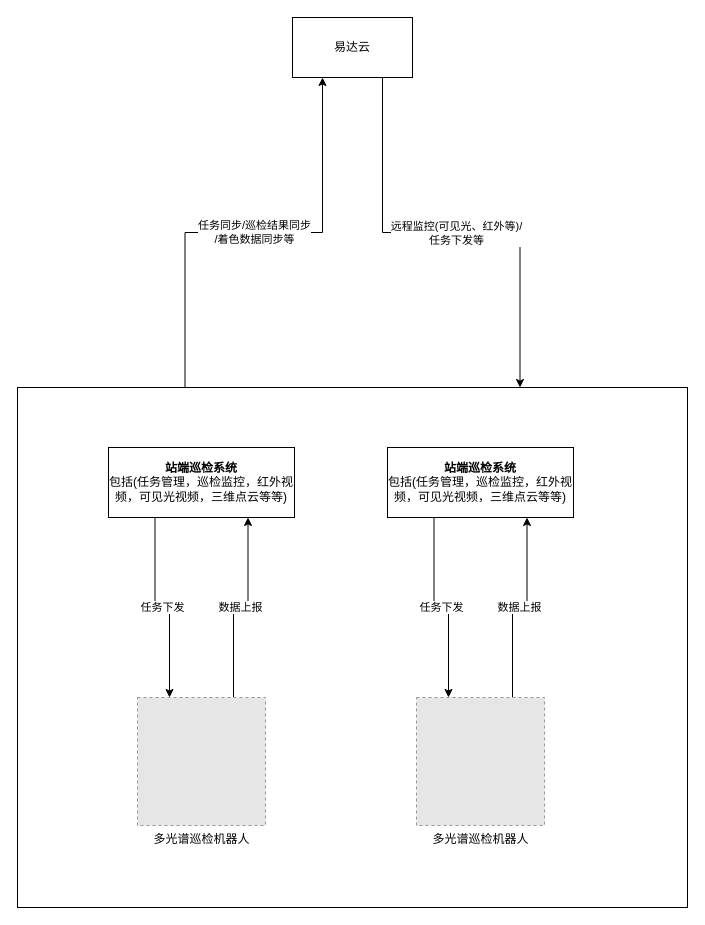
This is 西藏系统架构图.drawio from wangyufei0807/draw, a draw.io file, before an edit. Source tidied: cells renumbered, new cells numbered last; positions are measured from the earlier drawing's top-left corner, leaving out a move shared by most shapes. Both pictures are drawn from the tidied source at 100%, with x=0, y=0 at pixel (17, 17). Pictures stored in the file or linked from it are replaced by grey dashed boxes.
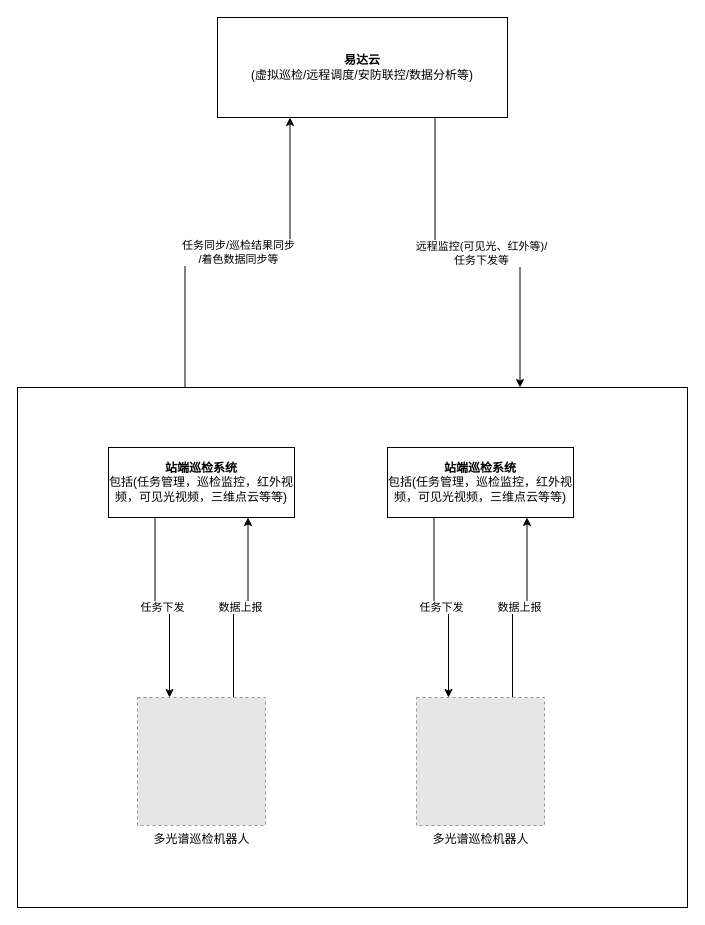
Above is the later version.

Commit message (it also covers changes not shown here):
更新西藏系统架构图.drawio

The edit, as a diff of the source:
```diff
@@
 <mxGraphModel>
   <root>
     <mxCell id="0" />
     <mxCell id="1" parent="0" />
     <mxCell id="2" value="任务同步/巡检结果同步&lt;br&gt;/着色数据同步等" style="edgeStyle=orthogonalEdgeStyle;rounded=0;jettySize=auto;html=1;exitX=0.25;exitY=0;exitDx=0;exitDy=0;entryX=0.25;entryY=1;entryDx=0;entryDy=0;" parent="1" edge="1" source="3" target="14">
       <mxGeometry relative="1" as="geometry" />
     </mxCell>
     <mxCell id="3" style="rounded=0;whiteSpace=wrap;html=1;" parent="1" vertex="1">
       <mxGeometry y="370" width="670" height="520" as="geometry" />
     </mxCell>
     <mxCell id="4" value="数据上报" style="edgeStyle=orthogonalEdgeStyle;rounded=0;jettySize=auto;html=1;exitX=0.75;exitY=0;exitDx=0;exitDy=0;entryX=0.75;entryY=1;entryDx=0;entryDy=0;" parent="1" edge="1" source="5" target="7">
       <mxGeometry relative="1" as="geometry" />
     </mxCell>
     <mxCell id="5" value="多光谱巡检机器人" style="fillColor=#E6E6E6;strokeColor=#999999;dashed=1;html=1;verticalAlign=top;verticalLabelPosition=bottom;labelBackgroundColor=#ffffff;" parent="1" vertex="1">
       <mxGeometry x="120" y="680" width="128" height="128" as="geometry" />
     </mxCell>
     <mxCell id="6" value="任务下发" style="edgeStyle=orthogonalEdgeStyle;rounded=0;jettySize=auto;html=1;exitX=0.25;exitY=1;exitDx=0;exitDy=0;entryX=0.25;entryY=0;entryDx=0;entryDy=0;" parent="1" edge="1" source="7" target="5">
       <mxGeometry relative="1" as="geometry" />
     </mxCell>
     <mxCell id="7" value="&lt;b&gt;站端巡检系统&lt;/b&gt;&lt;br&gt;包括(任务管理，巡检监控，红外视频，可见光视频，三维点云等等)" style="rounded=0;whiteSpace=wrap;html=1;" parent="1" vertex="1">
       <mxGeometry x="91" y="430" width="186" height="70" as="geometry" />
     </mxCell>
     <mxCell id="8" value="数据上报" style="edgeStyle=orthogonalEdgeStyle;rounded=0;jettySize=auto;html=1;exitX=0.75;exitY=0;exitDx=0;exitDy=0;entryX=0.75;entryY=1;entryDx=0;entryDy=0;" parent="1" edge="1" source="9" target="11">
       <mxGeometry relative="1" as="geometry" />
     </mxCell>
     <mxCell id="9" value="多光谱巡检机器人" style="fillColor=#E6E6E6;strokeColor=#999999;dashed=1;html=1;verticalAlign=top;verticalLabelPosition=bottom;labelBackgroundColor=#ffffff;" parent="1" vertex="1">
       <mxGeometry x="399" y="680" width="128" height="128" as="geometry" />
     </mxCell>
     <mxCell id="10" value="任务下发" style="edgeStyle=orthogonalEdgeStyle;rounded=0;jettySize=auto;html=1;exitX=0.25;exitY=1;exitDx=0;exitDy=0;entryX=0.25;entryY=0;entryDx=0;entryDy=0;" parent="1" edge="1" source="11" target="9">
       <mxGeometry relative="1" as="geometry" />
     </mxCell>
     <mxCell id="11" value="&lt;b&gt;站端巡检系统&lt;/b&gt;&lt;br&gt;包括(任务管理，巡检监控，红外视频，可见光视频，三维点云等等)" style="rounded=0;whiteSpace=wrap;html=1;" parent="1" vertex="1">
       <mxGeometry x="370" y="430" width="186" height="70" as="geometry" />
     </mxCell>
     <mxCell id="12" style="edgeStyle=orthogonalEdgeStyle;rounded=0;jettySize=auto;html=1;exitX=0.75;exitY=1;exitDx=0;exitDy=0;entryX=0.75;entryY=0;entryDx=0;entryDy=0;" parent="1" edge="1" source="14" target="3">
       <mxGeometry relative="1" as="geometry" />
     </mxCell>
     <mxCell id="13" value="远程监控(可见光、红外等)/&lt;br&gt;任务下发等" style="edgeLabel;html=1;align=center;verticalAlign=middle;" parent="12" vertex="1">
       <mxGeometry x="0.02" relative="1" as="geometry" />
     </mxCell>
-    <mxCell id="14" value="易达云" style="rounded=0;whiteSpace=wrap;html=1;" parent="1" vertex="1">
-      <mxGeometry x="275" width="120" height="60" as="geometry" />
+    <mxCell id="14" value="&lt;b&gt;易达云&lt;/b&gt;&lt;br&gt;(虚拟巡检/远程调度/安防联控/数据分析等)" style="rounded=0;whiteSpace=wrap;html=1;" parent="1" vertex="1">
+      <mxGeometry x="200" width="290" height="100" as="geometry" />
     </mxCell>
   </root>
 </mxGraphModel>
```
